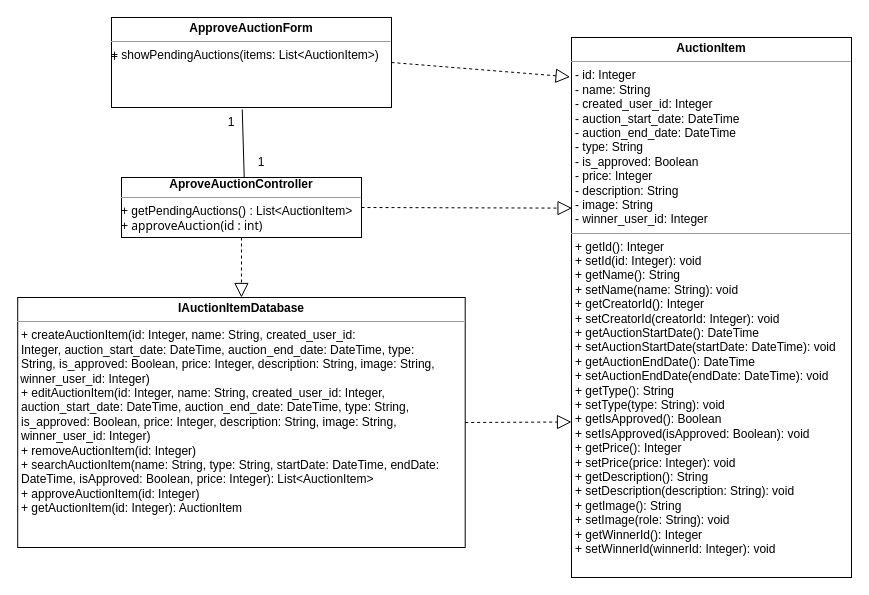
Above: page "vopc des aprrove" (9 of 23) of ooad-usecase-model.drawio in dotruong1910/ooad (draw.io), before the change. Source tidied: cells renumbered, new cells numbered last; positions are measured from the earlier drawing's top-left corner, leaving out a move shared by most shapes. Both pictures are drawn from the tidied source at 100%, with x=0, y=0 at pixel (17, 17).
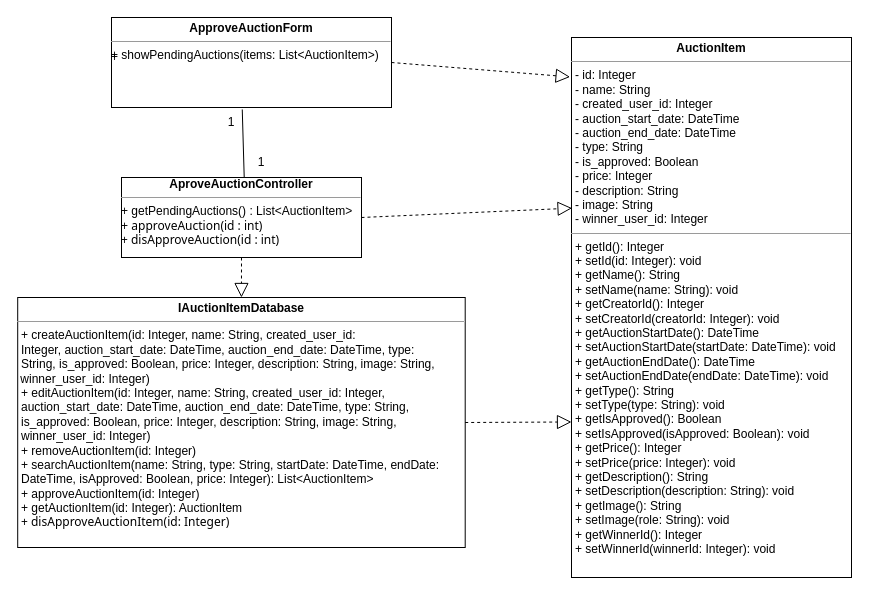
The same diagram, later.

The edit, as a diff of the source:
```diff
@@
 <mxGraphModel>
   <root>
     <mxCell id="0" />
     <mxCell id="1" parent="0" />
     <mxCell id="2" value="&lt;p style=&quot;margin:0px;margin-top:4px;text-align:center;&quot;&gt;&lt;b style=&quot;border-color: var(--border-color);&quot;&gt;AuctionItem&lt;/b&gt;&lt;br&gt;&lt;/p&gt;&lt;hr size=&quot;1&quot;&gt;&lt;p style=&quot;border-color: var(--border-color); margin: 0px 0px 0px 4px;&quot;&gt;- id: Integer&lt;/p&gt;&lt;p style=&quot;border-color: var(--border-color); margin: 0px 0px 0px 4px;&quot;&gt;- name: String&lt;/p&gt;&lt;p style=&quot;border-color: var(--border-color); margin: 0px 0px 0px 4px;&quot;&gt;- created_user_id: Integer&lt;/p&gt;&lt;p style=&quot;border-color: var(--border-color); margin: 0px 0px 0px 4px;&quot;&gt;- auction_start_date: DateTime&lt;/p&gt;&lt;p style=&quot;border-color: var(--border-color); margin: 0px 0px 0px 4px;&quot;&gt;- auction_end_date: DateTime&lt;/p&gt;&lt;p style=&quot;border-color: var(--border-color); margin: 0px 0px 0px 4px;&quot;&gt;- type: String&lt;/p&gt;&lt;p style=&quot;border-color: var(--border-color); margin: 0px 0px 0px 4px;&quot;&gt;- is_approved: Boolean&lt;/p&gt;&lt;p style=&quot;border-color: var(--border-color); margin: 0px 0px 0px 4px;&quot;&gt;- price: Integer&lt;/p&gt;&lt;p style=&quot;border-color: var(--border-color); margin: 0px 0px 0px 4px;&quot;&gt;- description: String&lt;/p&gt;&lt;p style=&quot;border-color: var(--border-color); margin: 0px 0px 0px 4px;&quot;&gt;- image: String&lt;/p&gt;&lt;p style=&quot;border-color: var(--border-color); margin: 0px 0px 0px 4px;&quot;&gt;- winner_user_id: Integer&lt;/p&gt;&lt;hr size=&quot;1&quot;&gt;&lt;p style=&quot;margin:0px;margin-left:4px;&quot;&gt;+ getId(): Integer&lt;/p&gt;&lt;p style=&quot;margin:0px;margin-left:4px;&quot;&gt;+ setId(id: Integer): void&lt;br&gt;&lt;/p&gt;&lt;p style=&quot;border-color: var(--border-color); margin: 0px 0px 0px 4px;&quot;&gt;+ getName(): String&lt;/p&gt;&lt;p style=&quot;border-color: var(--border-color); margin: 0px 0px 0px 4px;&quot;&gt;+ setName(name: String): void&lt;/p&gt;&lt;p style=&quot;border-color: var(--border-color); margin: 0px 0px 0px 4px;&quot;&gt;+ getCreatorId(): Integer&lt;/p&gt;&lt;p style=&quot;border-color: var(--border-color); margin: 0px 0px 0px 4px;&quot;&gt;+ setCreatorId(creatorId: Integer): void&lt;/p&gt;&lt;p style=&quot;border-color: var(--border-color); margin: 0px 0px 0px 4px;&quot;&gt;+ getAuctionStartDate(): DateTime&lt;/p&gt;&lt;p style=&quot;border-color: var(--border-color); margin: 0px 0px 0px 4px;&quot;&gt;+ setAuctionStartDate(startDate: DateTime): void&lt;/p&gt;&lt;p style=&quot;border-color: var(--border-color); margin: 0px 0px 0px 4px;&quot;&gt;+ getAuctionEndDate(): DateTime&lt;/p&gt;&lt;p style=&quot;border-color: var(--border-color); margin: 0px 0px 0px 4px;&quot;&gt;+ setAuctionEndDate(endDate: DateTime): void&lt;/p&gt;&lt;p style=&quot;border-color: var(--border-color); margin: 0px 0px 0px 4px;&quot;&gt;+ getType(): String&lt;/p&gt;&lt;p style=&quot;border-color: var(--border-color); margin: 0px 0px 0px 4px;&quot;&gt;+ setType(type: String): void&lt;/p&gt;&lt;p style=&quot;border-color: var(--border-color); margin: 0px 0px 0px 4px;&quot;&gt;+ getIsApproved(): Boolean&lt;/p&gt;&lt;p style=&quot;border-color: var(--border-color); margin: 0px 0px 0px 4px;&quot;&gt;+ setIsApproved(isApproved: Boolean): void&lt;/p&gt;&lt;p style=&quot;border-color: var(--border-color); margin: 0px 0px 0px 4px;&quot;&gt;+ getPrice(): Integer&lt;/p&gt;&lt;p style=&quot;border-color: var(--border-color); margin: 0px 0px 0px 4px;&quot;&gt;+ setPrice(price: Integer): void&lt;/p&gt;&lt;p style=&quot;border-color: var(--border-color); margin: 0px 0px 0px 4px;&quot;&gt;+ getDescription(): String&lt;/p&gt;&lt;p style=&quot;border-color: var(--border-color); margin: 0px 0px 0px 4px;&quot;&gt;+ setDescription(description: String): void&lt;/p&gt;&lt;p style=&quot;border-color: var(--border-color); margin: 0px 0px 0px 4px;&quot;&gt;+ getImage(): String&lt;/p&gt;&lt;p style=&quot;border-color: var(--border-color); margin: 0px 0px 0px 4px;&quot;&gt;+ setImage(role: String): void&lt;/p&gt;&lt;p style=&quot;border-color: var(--border-color); margin: 0px 0px 0px 4px;&quot;&gt;+ getWinnerId(): Integer&lt;/p&gt;&lt;p style=&quot;border-color: var(--border-color); margin: 0px 0px 0px 4px;&quot;&gt;+ setWinnerId(winnerId: Integer): void&lt;/p&gt;" style="verticalAlign=top;align=left;overflow=fill;fontSize=12;fontFamily=Helvetica;html=1;whiteSpace=wrap;" parent="1" vertex="1">
       <mxGeometry x="554" y="20" width="280" height="540" as="geometry" />
     </mxCell>
     <mxCell id="3" style="endArrow=none;html=1;rounded=0;exitX=0.467;exitY=1.022;exitDx=0;exitDy=0;exitPerimeter=0;" parent="1" edge="1" source="5">
       <mxGeometry relative="1" as="geometry">
         <mxPoint x="227" y="170" as="targetPoint" />
       </mxGeometry>
     </mxCell>
     <mxCell id="4" value="1" style="text;html=1;strokeColor=none;fillColor=none;align=center;verticalAlign=middle;whiteSpace=wrap;rounded=0;" parent="1" vertex="1">
       <mxGeometry x="184" y="90" width="60" height="30" as="geometry" />
     </mxCell>
     <mxCell id="5" value="&lt;p style=&quot;margin:0px;margin-top:4px;text-align:center;&quot;&gt;&lt;b&gt;ApproveAuctionForm&lt;/b&gt;&lt;/p&gt;&lt;hr size=&quot;1&quot;&gt;&lt;div style=&quot;height:2px;&quot;&gt;+&amp;nbsp;&lt;font style=&quot;font-size: 12px;&quot;&gt;showPendingAuctions&lt;/font&gt;(items: List&amp;lt;AuctionItem&amp;gt;)&lt;/div&gt;&lt;div style=&quot;height:2px;&quot;&gt;+&lt;/div&gt;&lt;div style=&quot;height:2px;&quot;&gt;&lt;br&gt;&lt;/div&gt;&lt;div&gt;&lt;br&gt;&lt;/div&gt;&lt;div&gt;&lt;br&gt;&lt;/div&gt;" style="verticalAlign=top;align=left;overflow=fill;fontSize=12;fontFamily=Helvetica;html=1;whiteSpace=wrap;" parent="1" vertex="1">
       <mxGeometry x="94" width="280" height="90" as="geometry" />
     </mxCell>
-    <mxCell id="6" value="&lt;div align=&quot;center&quot;&gt;&lt;b&gt;AproveAuctionController&lt;/b&gt;&lt;/div&gt;&lt;hr size=&quot;1&quot;&gt;&lt;div&gt;+ &lt;font style=&quot;font-size: 12px;&quot;&gt;getPendingAuctions() : List&amp;lt;AuctionItem&amp;gt;&lt;/font&gt;&lt;/div&gt;&lt;div&gt;&lt;font style=&quot;font-size: 12px;&quot;&gt;+ &lt;/font&gt;&lt;font face=&quot;Tahoma&quot;&gt;approveAuction(id : int)&lt;/font&gt;&lt;/div&gt;&lt;div&gt;&lt;font style=&quot;font-size: 12px;&quot;&gt;&lt;br&gt;&lt;/font&gt;&lt;/div&gt;" style="verticalAlign=top;align=left;overflow=fill;fontSize=12;fontFamily=Helvetica;html=1;whiteSpace=wrap;" parent="1" vertex="1">
-      <mxGeometry x="104" y="160" width="240" height="60" as="geometry" />
+    <mxCell id="6" value="&lt;div align=&quot;center&quot;&gt;&lt;b&gt;AproveAuctionController&lt;/b&gt;&lt;/div&gt;&lt;hr size=&quot;1&quot;&gt;&lt;div&gt;+ &lt;font style=&quot;font-size: 12px;&quot;&gt;getPendingAuctions() : List&amp;lt;AuctionItem&amp;gt;&lt;/font&gt;&lt;/div&gt;&lt;div&gt;&lt;font style=&quot;font-size: 12px;&quot;&gt;+ &lt;/font&gt;&lt;font face=&quot;Tahoma&quot;&gt;approveAuction(id : int)&lt;/font&gt;&lt;/div&gt;&lt;div&gt;&lt;font face=&quot;Tahoma&quot;&gt;+ &lt;/font&gt;&lt;font face=&quot;Tahoma&quot;&gt;disApproveAuction(id : int)&lt;/font&gt;&lt;/div&gt;&lt;div&gt;&lt;font style=&quot;font-size: 12px;&quot;&gt;&lt;br&gt;&lt;/font&gt;&lt;/div&gt;" style="verticalAlign=top;align=left;overflow=fill;fontSize=12;fontFamily=Helvetica;html=1;whiteSpace=wrap;" parent="1" vertex="1">
+      <mxGeometry x="104" y="160" width="240" height="80" as="geometry" />
     </mxCell>
     <mxCell id="7" value="1" style="text;html=1;strokeColor=none;fillColor=none;align=center;verticalAlign=middle;whiteSpace=wrap;rounded=0;" parent="1" vertex="1">
       <mxGeometry x="214" y="130" width="60" height="30" as="geometry" />
     </mxCell>
-    <mxCell id="8" value="&lt;p style=&quot;margin:0px;margin-top:4px;text-align:center;&quot;&gt;&lt;b&gt;IAuctionItemDatabase&lt;/b&gt;&lt;/p&gt;&lt;hr size=&quot;1&quot;&gt;&lt;p style=&quot;margin:0px;margin-left:4px;&quot;&gt;+ createAuctionItem(id: Integer,&amp;nbsp;&lt;span style=&quot;background-color: initial;&quot;&gt;name: String,&amp;nbsp;&lt;/span&gt;&lt;span style=&quot;background-color: initial;&quot;&gt;created_user_id: Integer,&amp;nbsp;&lt;/span&gt;&lt;span style=&quot;background-color: initial;&quot;&gt;auction_start_date: DateTime,&amp;nbsp;&lt;/span&gt;&lt;span style=&quot;background-color: initial;&quot;&gt;auction_end_date: DateTime,&amp;nbsp;&lt;/span&gt;&lt;span style=&quot;background-color: initial;&quot;&gt;type: String,&amp;nbsp;&lt;/span&gt;&lt;span style=&quot;background-color: initial;&quot;&gt;is_approved: Boolean,&amp;nbsp;&lt;/span&gt;&lt;span style=&quot;background-color: initial;&quot;&gt;price: Integer,&amp;nbsp;&lt;/span&gt;&lt;span style=&quot;background-color: initial;&quot;&gt;description: String,&amp;nbsp;&lt;/span&gt;&lt;span style=&quot;background-color: initial;&quot;&gt;image: String,&lt;/span&gt;&lt;/p&gt;&amp;nbsp;winner_user_id: Integer&lt;span style=&quot;background-color: initial;&quot;&gt;)&lt;/span&gt;&lt;br&gt;&lt;p style=&quot;margin:0px;margin-left:4px;&quot;&gt;+ editAuctionItem(id: Integer, name: String, created_user_id: Integer, auction_start_date: DateTime, auction_end_date: DateTime, type: String, is_approved: Boolean, price: Integer, description: String, image: String, winner_user_id: Integer)&lt;/p&gt;&lt;p style=&quot;margin:0px;margin-left:4px;&quot;&gt;&lt;span style=&quot;background-color: initial;&quot;&gt;+ removeAuctionItem(id: Integer)&lt;/span&gt;&lt;/p&gt;&lt;p style=&quot;margin:0px;margin-left:4px;&quot;&gt;+ searchAuctionItem(name: String, type: String, startDate: DateTime, endDate: DateTime, isApproved: Boolean, price: Integer):&amp;nbsp;List&amp;lt;AuctionItem&amp;gt;&lt;/p&gt;&lt;p style=&quot;margin:0px;margin-left:4px;&quot;&gt;+ approveAuctionItem(id: Integer)&lt;/p&gt;&lt;p style=&quot;margin:0px;margin-left:4px;&quot;&gt;+ getAuctionItem(id: Integer): AuctionItem&lt;/p&gt;&lt;p style=&quot;margin:0px;margin-left:4px;&quot;&gt;&lt;font face=&quot;Tahoma&quot;&gt;&lt;br&gt;&lt;/font&gt;&lt;/p&gt;" style="verticalAlign=top;align=left;overflow=fill;fontSize=12;fontFamily=Helvetica;html=1;whiteSpace=wrap;" parent="1" vertex="1">
+    <mxCell id="8" value="&lt;p style=&quot;margin:0px;margin-top:4px;text-align:center;&quot;&gt;&lt;b&gt;IAuctionItemDatabase&lt;/b&gt;&lt;/p&gt;&lt;hr size=&quot;1&quot;&gt;&lt;p style=&quot;margin:0px;margin-left:4px;&quot;&gt;+ createAuctionItem(id: Integer,&amp;nbsp;&lt;span style=&quot;background-color: initial;&quot;&gt;name: String,&amp;nbsp;&lt;/span&gt;&lt;span style=&quot;background-color: initial;&quot;&gt;created_user_id: Integer,&amp;nbsp;&lt;/span&gt;&lt;span style=&quot;background-color: initial;&quot;&gt;auction_start_date: DateTime,&amp;nbsp;&lt;/span&gt;&lt;span style=&quot;background-color: initial;&quot;&gt;auction_end_date: DateTime,&amp;nbsp;&lt;/span&gt;&lt;span style=&quot;background-color: initial;&quot;&gt;type: String,&amp;nbsp;&lt;/span&gt;&lt;span style=&quot;background-color: initial;&quot;&gt;is_approved: Boolean,&amp;nbsp;&lt;/span&gt;&lt;span style=&quot;background-color: initial;&quot;&gt;price: Integer,&amp;nbsp;&lt;/span&gt;&lt;span style=&quot;background-color: initial;&quot;&gt;description: String,&amp;nbsp;&lt;/span&gt;&lt;span style=&quot;background-color: initial;&quot;&gt;image: String,&lt;/span&gt;&lt;/p&gt;&amp;nbsp;winner_user_id: Integer&lt;span style=&quot;background-color: initial;&quot;&gt;)&lt;/span&gt;&lt;br&gt;&lt;p style=&quot;margin:0px;margin-left:4px;&quot;&gt;+ editAuctionItem(id: Integer, name: String, created_user_id: Integer, auction_start_date: DateTime, auction_end_date: DateTime, type: String, is_approved: Boolean, price: Integer, description: String, image: String, winner_user_id: Integer)&lt;/p&gt;&lt;p style=&quot;margin:0px;margin-left:4px;&quot;&gt;&lt;span style=&quot;background-color: initial;&quot;&gt;+ removeAuctionItem(id: Integer)&lt;/span&gt;&lt;/p&gt;&lt;p style=&quot;margin:0px;margin-left:4px;&quot;&gt;+ searchAuctionItem(name: String, type: String, startDate: DateTime, endDate: DateTime, isApproved: Boolean, price: Integer):&amp;nbsp;List&amp;lt;AuctionItem&amp;gt;&lt;/p&gt;&lt;p style=&quot;margin:0px;margin-left:4px;&quot;&gt;+ approveAuctionItem(id: Integer)&lt;/p&gt;&lt;p style=&quot;margin:0px;margin-left:4px;&quot;&gt;+ getAuctionItem(id: Integer): AuctionItem&lt;/p&gt;&lt;p style=&quot;margin:0px;margin-left:4px;&quot;&gt;&lt;font face=&quot;Tahoma&quot;&gt;+ &lt;/font&gt;&lt;font face=&quot;Tahoma&quot;&gt;disApproveAuctionItem(id: Integer)&lt;/font&gt;&lt;/p&gt;" style="verticalAlign=top;align=left;overflow=fill;fontSize=12;fontFamily=Helvetica;html=1;whiteSpace=wrap;" parent="1" vertex="1">
       <mxGeometry x="0.2" y="280" width="447.5" height="250" as="geometry" />
     </mxCell>
     <mxCell id="9" style="endArrow=block;dashed=1;endFill=0;endSize=12;html=1;rounded=0;exitX=0.5;exitY=1;exitDx=0;exitDy=0;entryX=0.5;entryY=0;entryDx=0;entryDy=0;" parent="1" edge="1" source="6" target="8">
       <mxGeometry relative="1" as="geometry" />
     </mxCell>
     <mxCell id="10" style="endArrow=block;dashed=1;endFill=0;endSize=12;html=1;rounded=0;exitX=1;exitY=0.5;exitDx=0;exitDy=0;entryX=-0.005;entryY=0.073;entryDx=0;entryDy=0;entryPerimeter=0;" parent="1" edge="1" source="5" target="2">
       <mxGeometry relative="1" as="geometry" />
     </mxCell>
     <mxCell id="11" style="endArrow=block;dashed=1;endFill=0;endSize=12;html=1;rounded=0;exitX=1;exitY=0.5;exitDx=0;exitDy=0;entryX=0.002;entryY=0.316;entryDx=0;entryDy=0;entryPerimeter=0;" parent="1" edge="1" source="6" target="2">
       <mxGeometry relative="1" as="geometry" />
     </mxCell>
     <mxCell id="12" style="endArrow=block;dashed=1;endFill=0;endSize=12;html=1;rounded=0;exitX=1;exitY=0.5;exitDx=0;exitDy=0;entryX=0;entryY=0.712;entryDx=0;entryDy=0;entryPerimeter=0;" parent="1" edge="1" source="8" target="2">
       <mxGeometry relative="1" as="geometry" />
     </mxCell>
   </root>
 </mxGraphModel>
```
